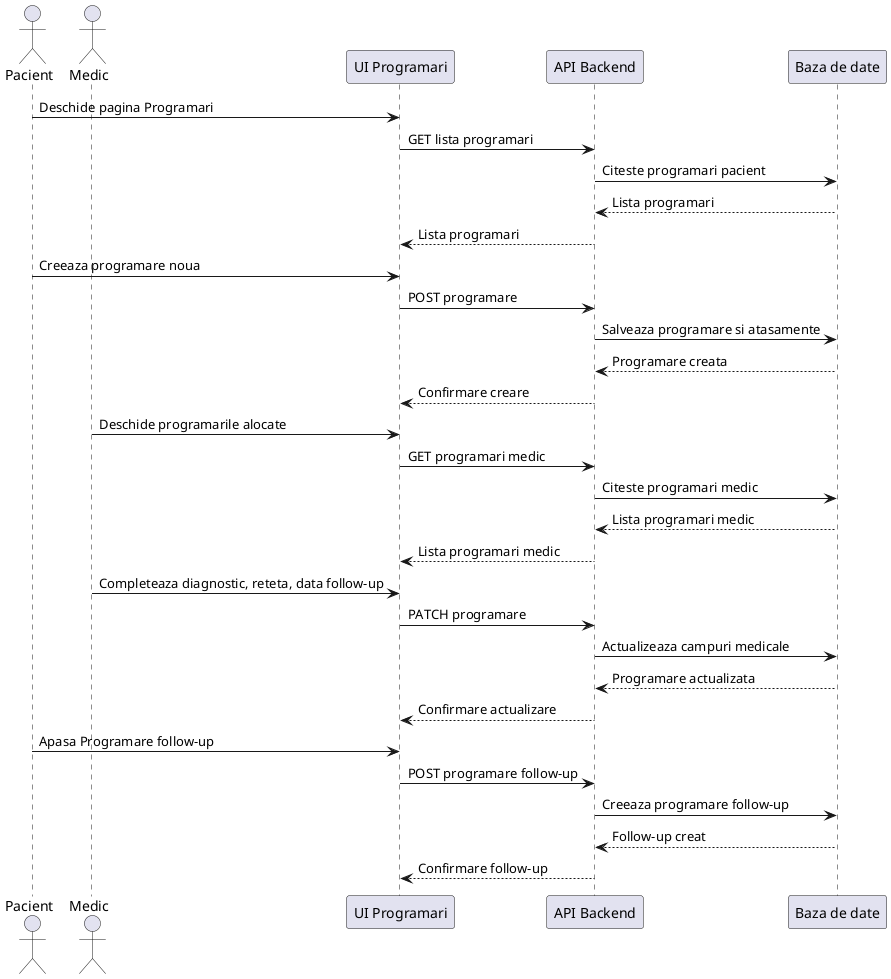
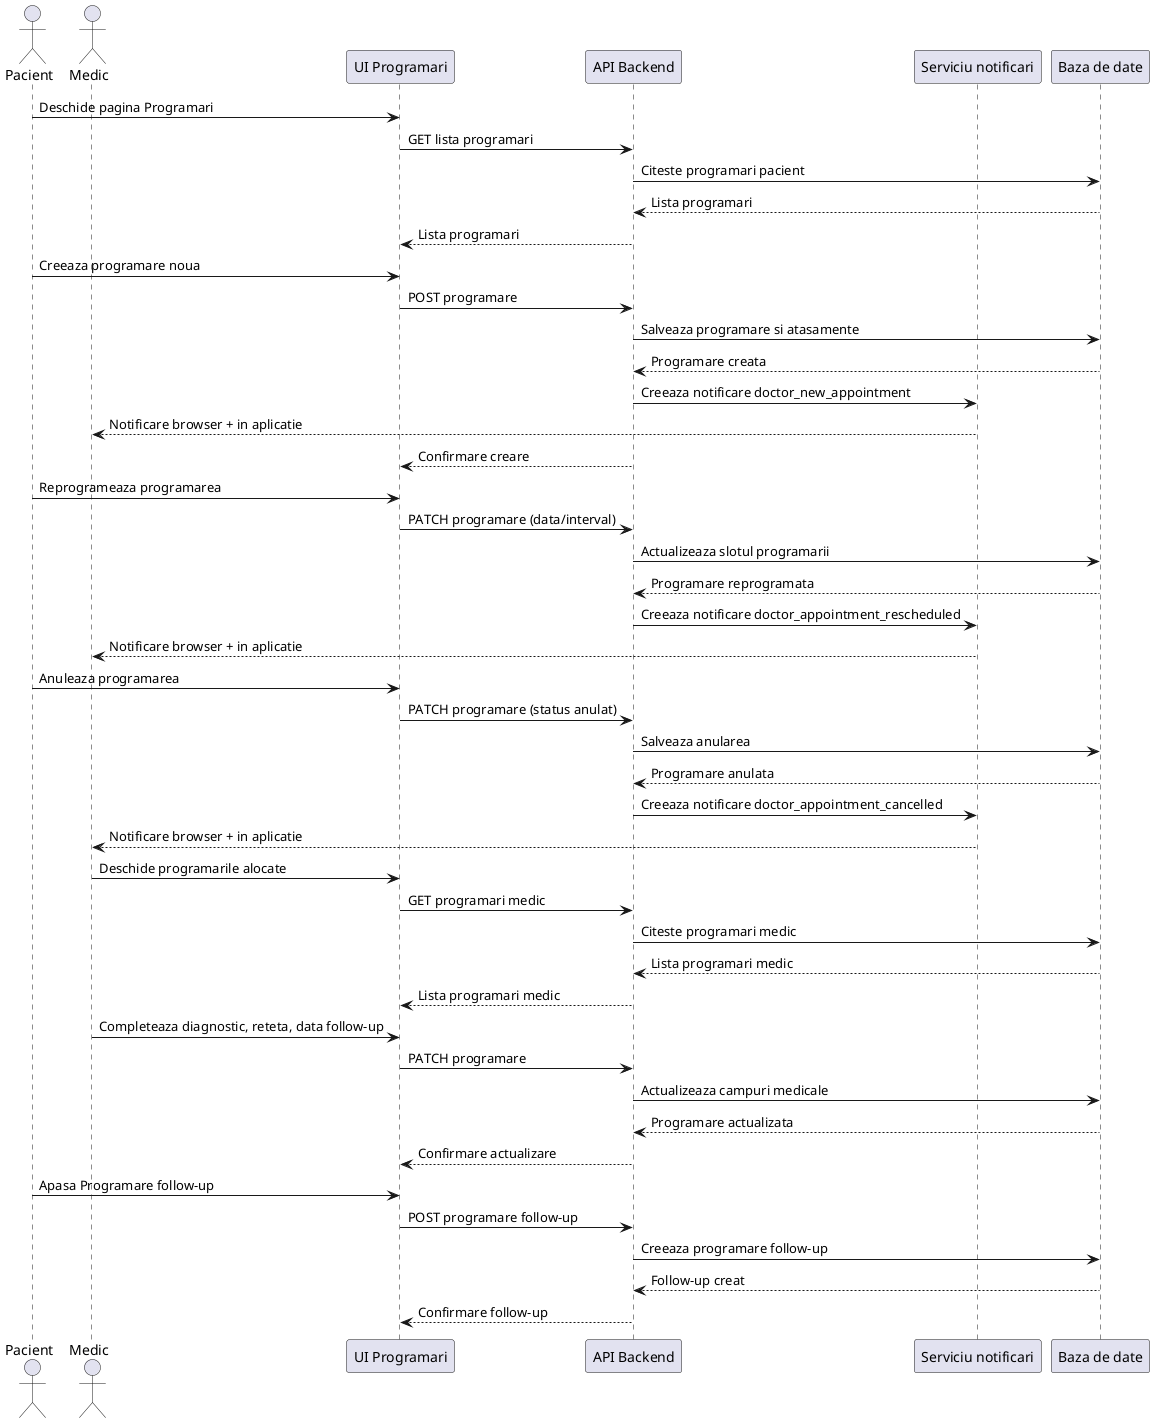
@startuml
actor Pacient
actor Medic
participant "UI Programari" as UI
participant "API Backend" as API
+ participant "Serviciu notificari" as Notif
participant "Baza de date" as DB

Pacient -> UI : Deschide pagina Programari
UI -> API : GET lista programari
API -> DB : Citeste programari pacient
DB --> API : Lista programari
API --> UI : Lista programari

Pacient -> UI : Creeaza programare noua
UI -> API : POST programare
API -> DB : Salveaza programare si atasamente
DB --> API : Programare creata
+ API -> Notif : Creeaza notificare doctor_new_appointment
+ Notif --> Medic : Notificare browser + in aplicatie
API --> UI : Confirmare creare
+ 
+ Pacient -> UI : Reprogrameaza programarea
+ UI -> API : PATCH programare (data/interval)
+ API -> DB : Actualizeaza slotul programarii
+ DB --> API : Programare reprogramata
+ API -> Notif : Creeaza notificare doctor_appointment_rescheduled
+ Notif --> Medic : Notificare browser + in aplicatie
+ 
+ Pacient -> UI : Anuleaza programarea
+ UI -> API : PATCH programare (status anulat)
+ API -> DB : Salveaza anularea
+ DB --> API : Programare anulata
+ API -> Notif : Creeaza notificare doctor_appointment_cancelled
+ Notif --> Medic : Notificare browser + in aplicatie

Medic -> UI : Deschide programarile alocate
UI -> API : GET programari medic
API -> DB : Citeste programari medic
DB --> API : Lista programari medic
API --> UI : Lista programari medic

Medic -> UI : Completeaza diagnostic, reteta, data follow-up
UI -> API : PATCH programare
API -> DB : Actualizeaza campuri medicale
DB --> API : Programare actualizata
API --> UI : Confirmare actualizare

Pacient -> UI : Apasa Programare follow-up
UI -> API : POST programare follow-up
API -> DB : Creeaza programare follow-up
DB --> API : Follow-up creat
API --> UI : Confirmare follow-up

@enduml